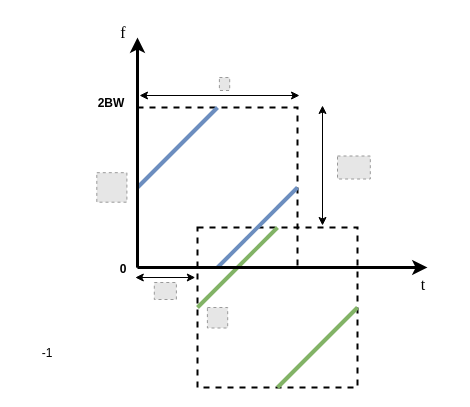
The draw.io diagram fig3.drawio in Haowang2020/draw, before the edit. Source tidied: cells renumbered, new cells numbered last; positions are measured from the earlier drawing's top-left corner, leaving out a move shared by most shapes. Both pictures are drawn from the tidied source at 100%, with x=0, y=0 at pixel (17, 17). Pictures stored in the file or linked from it are replaced by grey dashed boxes.
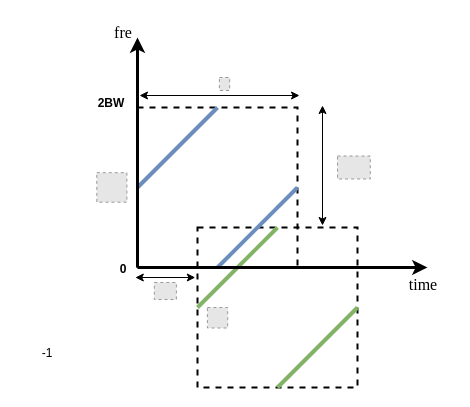
The same page after the edit.

Change to the diagram source:
```diff
@@
-    <mxCell id="17" value="&lt;font face=&quot;Times New Roman&quot; style=&quot;font-size: 16px;&quot;&gt;f&lt;/font&gt;" style="text;strokeColor=none;align=center;fillColor=none;html=1;verticalAlign=middle;whiteSpace=wrap;rounded=0;" parent="1" vertex="1">
+    <mxCell id="17" value="&lt;font face=&quot;Times New Roman&quot; style=&quot;font-size: 16px;&quot;&gt;fre&lt;/font&gt;" style="text;strokeColor=none;align=center;fillColor=none;html=1;verticalAlign=middle;whiteSpace=wrap;rounded=0;" parent="1" vertex="1">
       <mxGeometry x="75.8" width="60" height="30" as="geometry" />
     </mxCell>
@@
-    <mxCell id="20" value="&lt;font face=&quot;Times New Roman&quot;&gt;&lt;span style=&quot;font-size: 16px;&quot;&gt;t&lt;/span&gt;&lt;/font&gt;" style="text;strokeColor=none;align=center;fillColor=none;html=1;verticalAlign=middle;whiteSpace=wrap;rounded=0;" parent="1" vertex="1">
+    <mxCell id="20" value="&lt;font face=&quot;Times New Roman&quot;&gt;&lt;span style=&quot;font-size: 16px;&quot;&gt;time&lt;/span&gt;&lt;/font&gt;" style="text;strokeColor=none;align=center;fillColor=none;html=1;verticalAlign=middle;whiteSpace=wrap;rounded=0;" parent="1" vertex="1">
       <mxGeometry x="376" y="252" width="60" height="30" as="geometry" />
     </mxCell>
```
